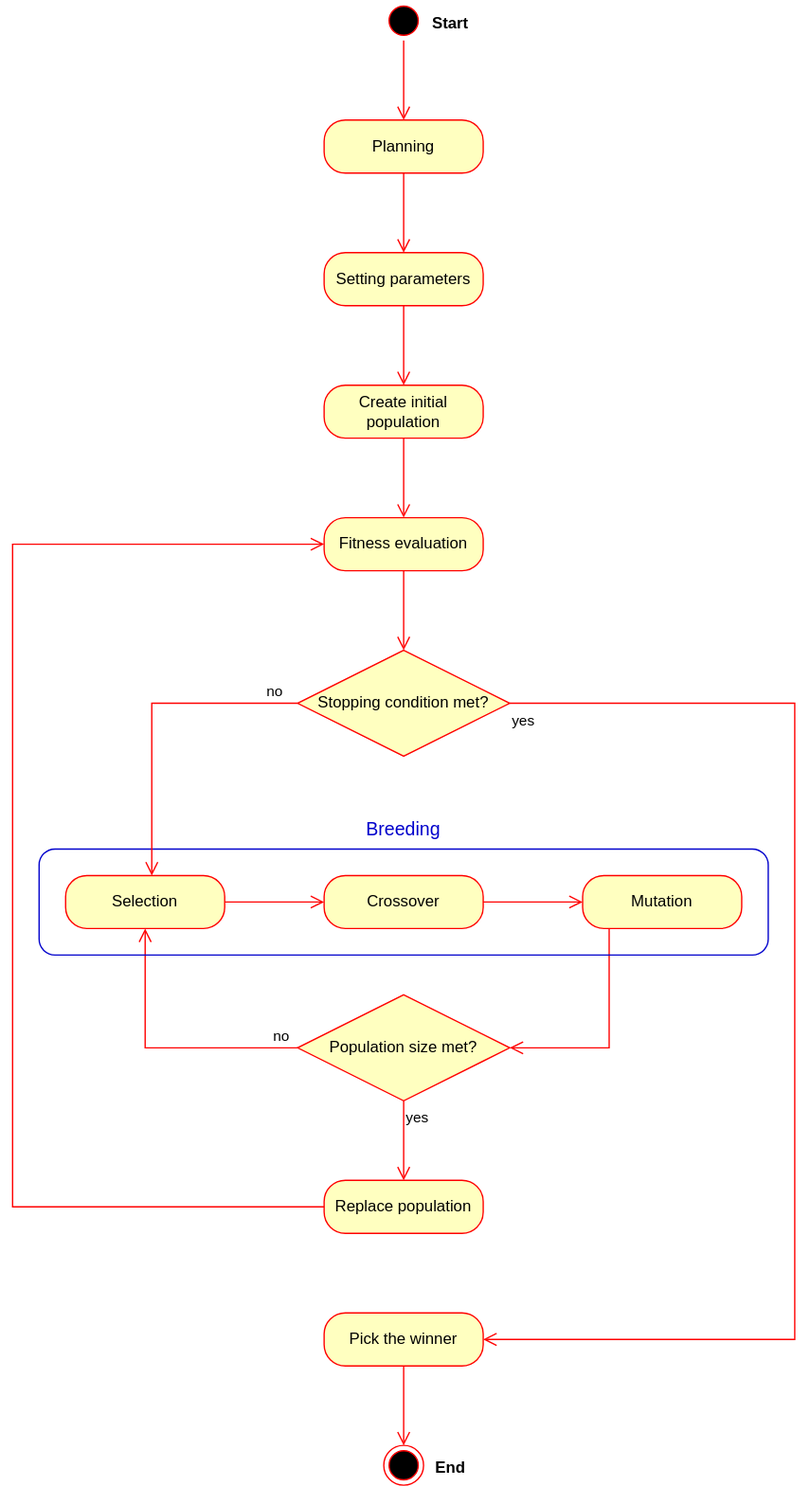
This is src/images/blog/genetic_algorithm/genetic_algorithm_flow.svg from SlimTim10/slimtim10.github.io, a draw.io export, as it was before one commit. Source tidied: cells renumbered, new cells last; positions are measured from the earlier drawing's top-left corner, leaving out a move shared by most shapes. The source it was exported from:
```xml
<mxGraphModel>
  <root>
    <mxCell id="0" />
    <mxCell id="1" parent="0" />
    <mxCell id="2" style="ellipse;html=1;shape=startState;fillColor=#000000;strokeColor=#ff0000;" parent="1" vertex="1">
      <mxGeometry x="280" width="30" height="30" as="geometry" />
    </mxCell>
    <mxCell id="3" style="edgeStyle=orthogonalEdgeStyle;html=1;verticalAlign=bottom;endArrow=open;endSize=8;strokeColor=#ff0000;rounded=0;" parent="1" edge="1" source="2" target="4">
      <mxGeometry relative="1" as="geometry" />
    </mxCell>
    <mxCell id="4" value="Planning" style="rounded=1;whiteSpace=wrap;html=1;arcSize=40;fontColor=#000000;fillColor=#ffffc0;strokeColor=#ff0000;" parent="1" vertex="1">
      <mxGeometry x="235" y="90" width="120" height="40" as="geometry" />
    </mxCell>
    <mxCell id="5" style="edgeStyle=orthogonalEdgeStyle;html=1;verticalAlign=bottom;endArrow=open;endSize=8;strokeColor=#ff0000;rounded=0;" parent="1" edge="1" source="4" target="6">
      <mxGeometry relative="1" as="geometry" />
    </mxCell>
    <mxCell id="6" value="Setting parameters" style="rounded=1;whiteSpace=wrap;html=1;arcSize=40;fontColor=#000000;fillColor=#ffffc0;strokeColor=#ff0000;" parent="1" vertex="1">
      <mxGeometry x="235" y="190" width="120" height="40" as="geometry" />
    </mxCell>
    <mxCell id="7" style="edgeStyle=orthogonalEdgeStyle;html=1;verticalAlign=bottom;endArrow=open;endSize=8;strokeColor=#ff0000;rounded=0;" parent="1" edge="1" source="6" target="8">
      <mxGeometry relative="1" as="geometry" />
    </mxCell>
    <mxCell id="8" value="Create initial population" style="rounded=1;whiteSpace=wrap;html=1;arcSize=40;fontColor=#000000;fillColor=#ffffc0;strokeColor=#ff0000;" parent="1" vertex="1">
      <mxGeometry x="235" y="290" width="120" height="40" as="geometry" />
    </mxCell>
    <mxCell id="9" style="edgeStyle=orthogonalEdgeStyle;html=1;verticalAlign=bottom;endArrow=open;endSize=8;strokeColor=#ff0000;rounded=0;" parent="1" edge="1" source="8" target="10">
      <mxGeometry relative="1" as="geometry" />
    </mxCell>
    <mxCell id="10" value="Fitness evaluation" style="rounded=1;whiteSpace=wrap;html=1;arcSize=40;fontColor=#000000;fillColor=#ffffc0;strokeColor=#ff0000;" parent="1" vertex="1">
      <mxGeometry x="235" y="390" width="120" height="40" as="geometry" />
    </mxCell>
    <mxCell id="11" style="edgeStyle=orthogonalEdgeStyle;html=1;verticalAlign=bottom;endArrow=open;endSize=8;strokeColor=#ff0000;rounded=0;" parent="1" edge="1" source="10" target="27">
      <mxGeometry relative="1" as="geometry" />
    </mxCell>
    <mxCell id="12" value="Selection" style="rounded=1;whiteSpace=wrap;html=1;arcSize=40;fontColor=#000000;fillColor=#ffffc0;strokeColor=#ff0000;" parent="1" vertex="1">
      <mxGeometry x="40" y="660" width="120" height="40" as="geometry" />
    </mxCell>
    <mxCell id="13" style="edgeStyle=orthogonalEdgeStyle;html=1;verticalAlign=bottom;endArrow=open;endSize=8;strokeColor=#ff0000;rounded=0;" parent="1" edge="1" source="12" target="14">
      <mxGeometry relative="1" as="geometry" />
    </mxCell>
    <mxCell id="14" value="Crossover" style="rounded=1;whiteSpace=wrap;html=1;arcSize=40;fontColor=#000000;fillColor=#ffffc0;strokeColor=#ff0000;" parent="1" vertex="1">
      <mxGeometry x="235" y="660" width="120" height="40" as="geometry" />
    </mxCell>
    <mxCell id="15" style="edgeStyle=orthogonalEdgeStyle;html=1;verticalAlign=bottom;endArrow=open;endSize=8;strokeColor=#ff0000;rounded=0;" parent="1" edge="1" source="14" target="16">
      <mxGeometry relative="1" as="geometry" />
    </mxCell>
    <mxCell id="16" value="Mutation" style="rounded=1;whiteSpace=wrap;html=1;arcSize=40;fontColor=#000000;fillColor=#ffffc0;strokeColor=#ff0000;" parent="1" vertex="1">
      <mxGeometry x="430" y="660" width="120" height="40" as="geometry" />
    </mxCell>
    <mxCell id="17" style="edgeStyle=orthogonalEdgeStyle;html=1;verticalAlign=bottom;endArrow=open;endSize=8;strokeColor=#ff0000;rounded=0;" parent="1" edge="1" source="16" target="18">
      <mxGeometry relative="1" as="geometry">
        <Array as="points">
          <mxPoint x="450" y="790" />
        </Array>
      </mxGeometry>
    </mxCell>
    <mxCell id="18" value="Population size met?" style="rhombus;whiteSpace=wrap;html=1;fontColor=#000000;fillColor=#ffffc0;strokeColor=#ff0000;" parent="1" vertex="1">
      <mxGeometry x="215" y="750" width="160" height="80" as="geometry" />
    </mxCell>
    <mxCell id="19" value="no" style="edgeStyle=orthogonalEdgeStyle;html=1;align=left;verticalAlign=bottom;endArrow=open;endSize=8;strokeColor=#ff0000;rounded=0;" parent="1" edge="1" source="18" target="12">
      <mxGeometry x="-0.8" relative="1" as="geometry" />
    </mxCell>
    <mxCell id="20" value="yes" style="edgeStyle=orthogonalEdgeStyle;html=1;align=left;verticalAlign=top;endArrow=open;endSize=8;strokeColor=#ff0000;rounded=0;" parent="1" edge="1" source="18" target="21">
      <mxGeometry x="-1" relative="1" as="geometry" />
    </mxCell>
    <mxCell id="21" value="Replace population" style="rounded=1;whiteSpace=wrap;html=1;arcSize=40;fontColor=#000000;fillColor=#ffffc0;strokeColor=#ff0000;" parent="1" vertex="1">
      <mxGeometry x="235" y="890" width="120" height="40" as="geometry" />
    </mxCell>
    <mxCell id="22" value="Pick the winner" style="rounded=1;whiteSpace=wrap;html=1;arcSize=40;fontColor=#000000;fillColor=#ffffc0;strokeColor=#ff0000;" parent="1" vertex="1">
      <mxGeometry x="235" y="990" width="120" height="40" as="geometry" />
    </mxCell>
    <mxCell id="23" style="edgeStyle=orthogonalEdgeStyle;html=1;verticalAlign=bottom;endArrow=open;endSize=8;strokeColor=#ff0000;rounded=0;" parent="1" edge="1" source="22" target="24">
      <mxGeometry relative="1" as="geometry" />
    </mxCell>
    <mxCell id="24" style="ellipse;html=1;shape=endState;fillColor=#000000;strokeColor=#ff0000;" parent="1" vertex="1">
      <mxGeometry x="280" y="1090" width="30" height="30" as="geometry" />
    </mxCell>
    <mxCell id="25" style="rounded=1;whiteSpace=wrap;html=1;fillColor=none;strokeColor=#0000CC;" parent="1" vertex="1">
      <mxGeometry x="20" y="640" width="550" height="80" as="geometry" />
    </mxCell>
    <mxCell id="26" value="&lt;font style=&quot;font-size: 14px;&quot; color=&quot;#0000cc&quot;&gt;Breeding&lt;/font&gt;" style="text;html=1;strokeColor=none;fillColor=none;align=center;verticalAlign=middle;whiteSpace=wrap;rounded=0;" parent="1" vertex="1">
      <mxGeometry x="265" y="610" width="60" height="30" as="geometry" />
    </mxCell>
    <mxCell id="27" value="Stopping condition met?" style="rhombus;whiteSpace=wrap;html=1;fontColor=#000000;fillColor=#ffffc0;strokeColor=#ff0000;" parent="1" vertex="1">
      <mxGeometry x="215" y="490" width="160" height="80" as="geometry" />
    </mxCell>
    <mxCell id="28" value="no" style="edgeStyle=orthogonalEdgeStyle;html=1;align=left;verticalAlign=bottom;endArrow=open;endSize=8;strokeColor=#ff0000;rounded=0;" parent="1" edge="1" source="27" target="12">
      <mxGeometry x="-0.79" relative="1" as="geometry">
        <Array as="points">
          <mxPoint x="105" y="530" />
        </Array>
        <mxPoint x="-1" as="offset" />
      </mxGeometry>
    </mxCell>
    <mxCell id="29" value="yes" style="edgeStyle=orthogonalEdgeStyle;html=1;align=left;verticalAlign=top;endArrow=open;endSize=8;strokeColor=#ff0000;rounded=0;" parent="1" edge="1" source="27" target="22">
      <mxGeometry x="-1" relative="1" as="geometry">
        <Array as="points">
          <mxPoint x="590" y="530" />
          <mxPoint x="590" y="1010" />
        </Array>
      </mxGeometry>
    </mxCell>
    <mxCell id="30" style="edgeStyle=orthogonalEdgeStyle;html=1;verticalAlign=bottom;endArrow=open;endSize=8;strokeColor=#ff0000;rounded=0;" parent="1" edge="1" source="21" target="10">
      <mxGeometry relative="1" as="geometry">
        <Array as="points">
          <mxPoint y="910" />
          <mxPoint y="410" />
        </Array>
      </mxGeometry>
    </mxCell>
    <mxCell id="31" value="Start" style="text;align=center;fontStyle=1;verticalAlign=middle;spacingLeft=3;spacingRight=3;strokeColor=none;html=1;" parent="1" vertex="1">
      <mxGeometry x="290" y="4" width="80" height="26" as="geometry" />
    </mxCell>
    <mxCell id="32" value="End" style="text;align=center;fontStyle=1;verticalAlign=middle;spacingLeft=3;spacingRight=3;strokeColor=none;html=1;" parent="1" vertex="1">
      <mxGeometry x="290" y="1094" width="80" height="26" as="geometry" />
    </mxCell>
  </root>
</mxGraphModel>
```
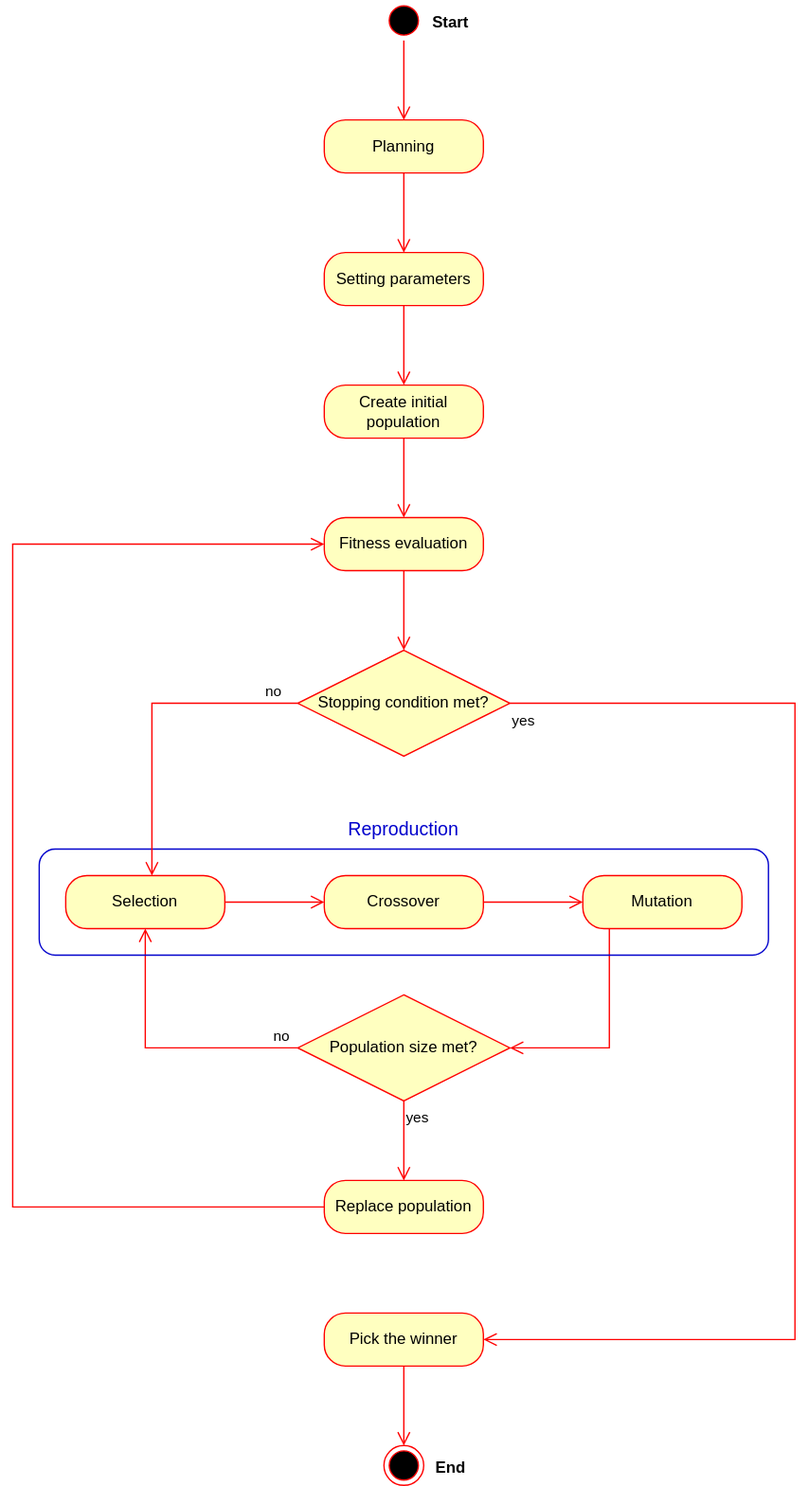
The same diagram one commit later.

Diff of the diagram source:
```diff
@@ -78,8 +78,8 @@
     <mxCell id="25" style="rounded=1;whiteSpace=wrap;html=1;fillColor=none;strokeColor=#0000CC;" parent="1" vertex="1">
       <mxGeometry x="20" y="640" width="550" height="80" as="geometry" />
     </mxCell>
-    <mxCell id="26" value="&lt;font style=&quot;font-size: 14px;&quot; color=&quot;#0000cc&quot;&gt;Breeding&lt;/font&gt;" style="text;html=1;strokeColor=none;fillColor=none;align=center;verticalAlign=middle;whiteSpace=wrap;rounded=0;" parent="1" vertex="1">
-      <mxGeometry x="265" y="610" width="60" height="30" as="geometry" />
+    <mxCell id="26" value="&lt;font style=&quot;font-size: 14px;&quot; color=&quot;#0000cc&quot;&gt;Reproduction&lt;/font&gt;" style="text;html=1;strokeColor=none;fillColor=none;align=center;verticalAlign=middle;whiteSpace=wrap;rounded=0;" parent="1" vertex="1">
+      <mxGeometry x="235" y="610" width="120" height="30" as="geometry" />
     </mxCell>
     <mxCell id="27" value="Stopping condition met?" style="rhombus;whiteSpace=wrap;html=1;fontColor=#000000;fillColor=#ffffc0;strokeColor=#ff0000;" parent="1" vertex="1">
       <mxGeometry x="215" y="490" width="160" height="80" as="geometry" />
```
